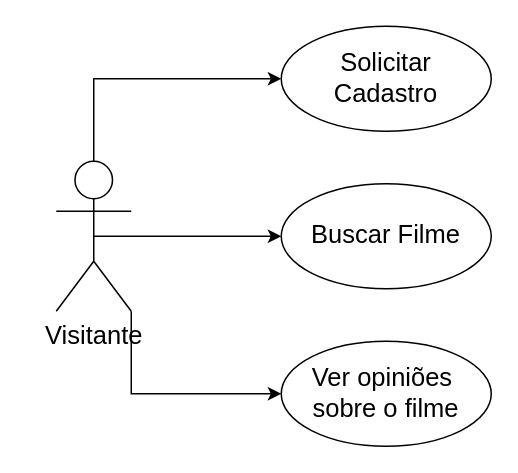
The draw.io diagram page "Diagrama de UC" (2 of 4) of Projeto de Sistemas/Diagrama sem nome.drawio in wprotheus/ifto, before the edit. Source tidied: cells renumbered, new cells numbered last; positions are measured from the earlier drawing's top-left corner, leaving out a move shared by most shapes. Both pictures are drawn from the tidied source at 150%, with x=0, y=0 at pixel (56, 26).
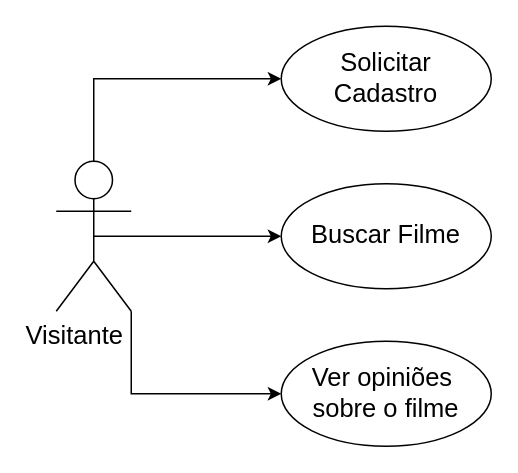
The same diagram, later.

What changed in the source:
```diff
@@
 <mxGraphModel>
   <root>
     <mxCell id="0" />
     <mxCell id="1" parent="0" />
     <mxCell id="2" style="edgeStyle=orthogonalEdgeStyle;rounded=0;jettySize=auto;html=1;entryX=0;entryY=0.5;entryDx=0;entryDy=0;fontSize=17;exitX=0.5;exitY=0;exitDx=0;exitDy=0;exitPerimeter=0;" parent="1" edge="1" source="5" target="8">
       <mxGeometry relative="1" as="geometry" />
     </mxCell>
     <mxCell id="3" style="edgeStyle=orthogonalEdgeStyle;rounded=0;jettySize=auto;html=1;exitX=0.5;exitY=0.5;exitDx=0;exitDy=0;exitPerimeter=0;entryX=0;entryY=0.5;entryDx=0;entryDy=0;fontSize=17;" parent="1" edge="1" source="5" target="6">
       <mxGeometry relative="1" as="geometry" />
     </mxCell>
     <mxCell id="4" style="edgeStyle=orthogonalEdgeStyle;rounded=0;jettySize=auto;html=1;exitX=1;exitY=1;exitDx=0;exitDy=0;exitPerimeter=0;entryX=0;entryY=0.5;entryDx=0;entryDy=0;fontSize=17;" parent="1" edge="1" source="5" target="7">
       <mxGeometry relative="1" as="geometry" />
     </mxCell>
-    <mxCell id="5" value="Visitante" style="shape=umlActor;verticalLabelPosition=bottom;verticalAlign=top;html=1;fontSize=17;" parent="1" vertex="1">
+    <mxCell id="5" value="Visitante" style="shape=umlActor;verticalLabelPosition=bottom;verticalAlign=top;html=1;fontSize=17;spacingRight=26;" parent="1" vertex="1">
       <mxGeometry y="90" width="50" height="100" as="geometry" />
     </mxCell>
     <mxCell id="6" value="Buscar Filme" style="ellipse;whiteSpace=wrap;html=1;fontSize=17;" parent="1" vertex="1">
       <mxGeometry x="150" y="105" width="140" height="70" as="geometry" />
     </mxCell>
     <mxCell id="7" value="Ver opiniões&amp;nbsp;&lt;br&gt;sobre o filme" style="ellipse;whiteSpace=wrap;html=1;fontSize=17;" parent="1" vertex="1">
       <mxGeometry x="150" y="210" width="140" height="70" as="geometry" />
     </mxCell>
     <mxCell id="8" value="Solicitar&lt;br&gt;Cadastro" style="ellipse;whiteSpace=wrap;html=1;fontSize=17;" parent="1" vertex="1">
       <mxGeometry x="150" width="140" height="70" as="geometry" />
     </mxCell>
   </root>
 </mxGraphModel>
```
